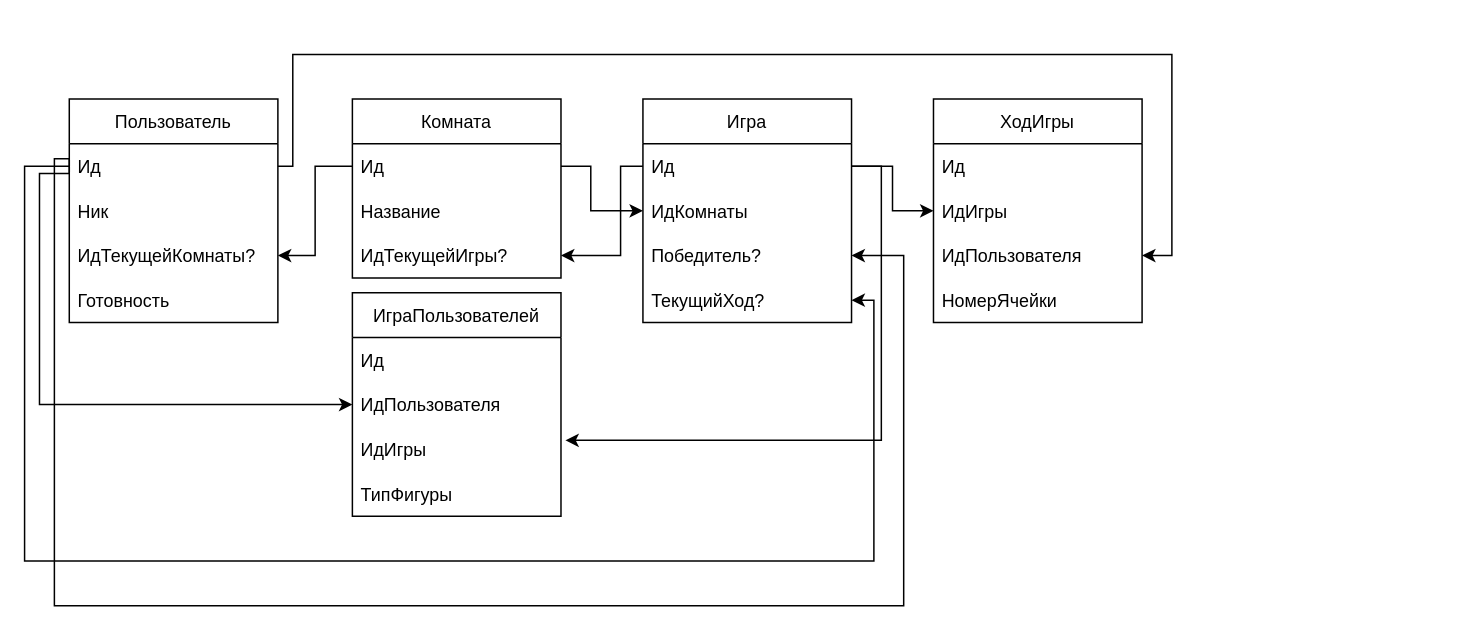
Before: XOgame.drawio in chuvakov/Xogame, a draw.io diagram. Source tidied: cells renumbered, new cells numbered last; positions are measured from the earlier drawing's top-left corner, leaving out a move shared by most shapes. Both pictures are drawn from the tidied source at 149%, with x=0, y=0 at pixel (24, 54).
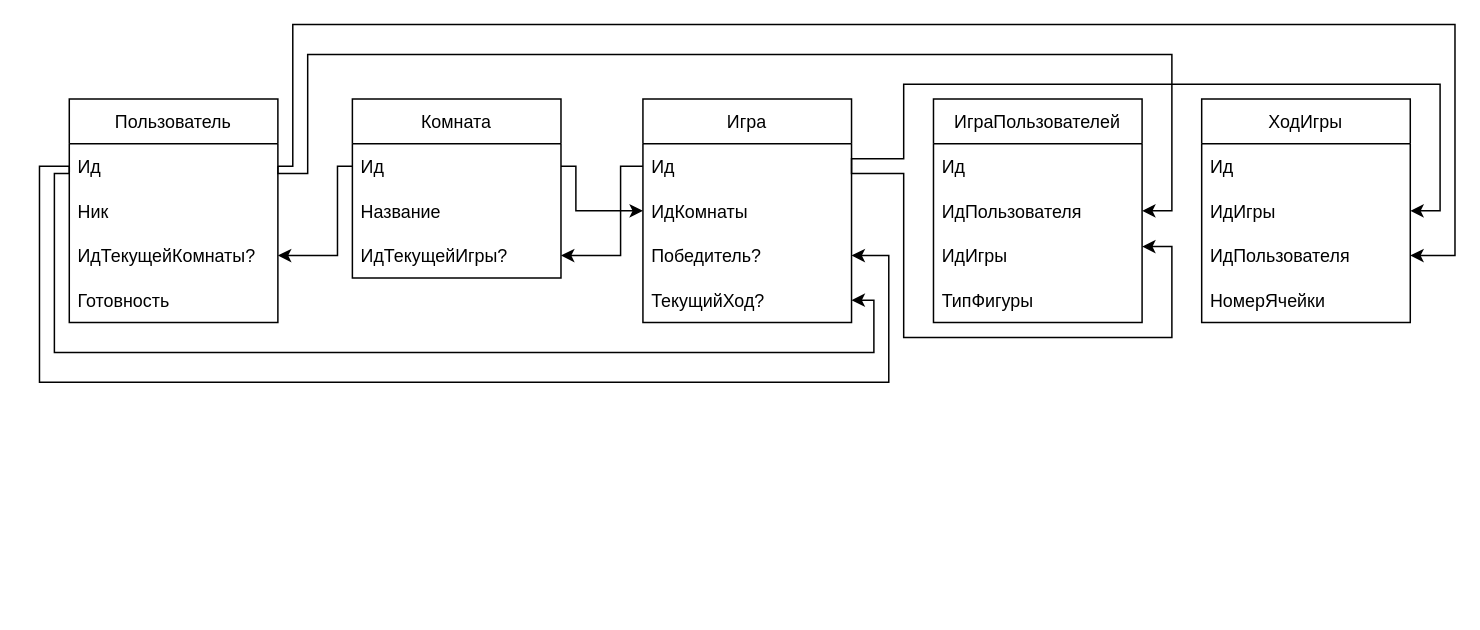
The same diagram, later.

Unchanged cells that the change refers to:
```xml
<mxCell id="3" value="Ид" style="text;strokeColor=none;fillColor=none;align=left;verticalAlign=middle;spacingLeft=4;spacingRight=4;overflow=hidden;points=[[0,0.5],[1,0.5]];portConstraint=eastwest;" parent="2" vertex="1">
  <mxGeometry y="30" width="140" height="30" as="geometry" />
</mxCell>
<mxCell id="5" value="ИдТекущейКомнаты?" style="text;strokeColor=none;fillColor=none;align=left;verticalAlign=middle;spacingLeft=4;spacingRight=4;overflow=hidden;points=[[0,0.5],[1,0.5]];portConstraint=eastwest;" parent="2" vertex="1">
  <mxGeometry y="90" width="140" height="30" as="geometry" />
</mxCell>
<mxCell id="8" value="Ид" style="text;strokeColor=none;fillColor=none;align=left;verticalAlign=middle;spacingLeft=4;spacingRight=4;overflow=hidden;points=[[0,0.5],[1,0.5]];portConstraint=eastwest;" parent="7" vertex="1">
  <mxGeometry y="30" width="140" height="30" as="geometry" />
</mxCell>
<mxCell id="12" value="Ид" style="text;strokeColor=none;fillColor=none;align=left;verticalAlign=middle;spacingLeft=4;spacingRight=4;overflow=hidden;points=[[0,0.5],[1,0.5]];portConstraint=eastwest;" parent="11" vertex="1">
  <mxGeometry y="30" width="140" height="30" as="geometry" />
</mxCell>
<mxCell id="13" value="ИдКомнаты" style="text;strokeColor=none;fillColor=none;align=left;verticalAlign=middle;spacingLeft=4;spacingRight=4;overflow=hidden;points=[[0,0.5],[1,0.5]];portConstraint=eastwest;" parent="11" vertex="1">
  <mxGeometry y="60" width="140" height="30" as="geometry" />
</mxCell>
<mxCell id="14" value="Победитель?" style="text;strokeColor=none;fillColor=none;align=left;verticalAlign=middle;spacingLeft=4;spacingRight=4;overflow=hidden;points=[[0,0.5],[1,0.5]];portConstraint=eastwest;" parent="11" vertex="1">
  <mxGeometry y="90" width="140" height="30" as="geometry" />
</mxCell>
<mxCell id="15" value="ТекущийХод?" style="text;strokeColor=none;fillColor=none;align=left;verticalAlign=middle;spacingLeft=4;spacingRight=4;overflow=hidden;points=[[0,0.5],[1,0.5]];portConstraint=eastwest;" parent="11" vertex="1">
  <mxGeometry y="120" width="140" height="30" as="geometry" />
</mxCell>
<mxCell id="20" value="ИдПользователя" style="text;strokeColor=none;fillColor=none;align=left;verticalAlign=middle;spacingLeft=4;spacingRight=4;overflow=hidden;points=[[0,0.5],[1,0.5]];portConstraint=eastwest;" parent="18" vertex="1">
  <mxGeometry y="60" width="140" height="30" as="geometry" />
</mxCell>
<mxCell id="21" value="ИдИгры" style="text;strokeColor=none;fillColor=none;align=left;verticalAlign=middle;spacingLeft=4;spacingRight=4;overflow=hidden;points=[[0,0.5],[1,0.5]];portConstraint=eastwest;" parent="18" vertex="1">
  <mxGeometry y="90" width="140" height="30" as="geometry" />
</mxCell>
<mxCell id="27" value="ИдИгры" style="text;strokeColor=none;fillColor=none;align=left;verticalAlign=middle;spacingLeft=4;spacingRight=4;overflow=hidden;points=[[0,0.5],[1,0.5]];portConstraint=eastwest;" parent="25" vertex="1">
  <mxGeometry y="60" width="140" height="30" as="geometry" />
</mxCell>
<mxCell id="28" value="ИдПользователя" style="text;strokeColor=none;fillColor=none;align=left;verticalAlign=middle;spacingLeft=4;spacingRight=4;overflow=hidden;points=[[0,0.5],[1,0.5]];portConstraint=eastwest;" parent="25" vertex="1">
  <mxGeometry y="90" width="140" height="30" as="geometry" />
</mxCell>
```

Change to the diagram source:
```diff
@@
     <mxCell id="16" style="edgeStyle=orthogonalEdgeStyle;rounded=0;jettySize=auto;html=1;exitX=0;exitY=0.5;exitDx=0;exitDy=0;entryX=1;entryY=0.5;entryDx=0;entryDy=0;" parent="1" edge="1" source="8" target="5">
-      <mxGeometry relative="1" as="geometry" />
+      <mxGeometry relative="1" as="geometry">
+        <Array as="points">
+          <mxPoint x="210" y="75" />
+          <mxPoint x="210" y="135" />
+        </Array>
+      </mxGeometry>
     </mxCell>
     <mxCell id="17" style="edgeStyle=orthogonalEdgeStyle;rounded=0;jettySize=auto;html=1;exitX=1;exitY=0.5;exitDx=0;exitDy=0;entryX=0;entryY=0.5;entryDx=0;entryDy=0;" parent="1" edge="1" source="8" target="13">
       <mxGeometry relative="1" as="geometry">
         <Array as="points">
-          <mxPoint x="380" y="75" />
-          <mxPoint x="380" y="105" />
+          <mxPoint x="370" y="75" />
+          <mxPoint x="370" y="105" />
         </Array>
       </mxGeometry>
     </mxCell>
     <mxCell id="18" value="ИграПользователей" style="swimlane;fontStyle=0;horizontal=1;startSize=30;" parent="1" vertex="1">
-      <mxGeometry x="220" y="160" width="140" height="150" as="geometry" />
+      <mxGeometry x="610" y="30" width="140" height="150" as="geometry" />
     </mxCell>
@@
-    <mxCell id="23" style="edgeStyle=orthogonalEdgeStyle;rounded=0;jettySize=auto;html=1;exitX=0;exitY=0.5;exitDx=0;exitDy=0;entryX=0;entryY=0.5;entryDx=0;entryDy=0;" parent="1" edge="1" source="3" target="20">
+    <mxCell id="23" style="edgeStyle=orthogonalEdgeStyle;rounded=0;jettySize=auto;html=1;exitX=1;exitY=0.5;exitDx=0;exitDy=0;entryX=1;entryY=0.5;entryDx=0;entryDy=0;" parent="1" edge="1" source="3" target="20">
       <mxGeometry relative="1" as="geometry">
         <Array as="points">
-          <mxPoint x="30" y="80" />
-          <mxPoint x="10" y="80" />
-          <mxPoint x="10" y="235" />
+          <mxPoint x="170" y="80" />
+          <mxPoint x="190" y="80" />
+          <mxPoint x="190" />
+          <mxPoint x="770" />
+          <mxPoint x="770" y="105" />
         </Array>
       </mxGeometry>
     </mxCell>
-    <mxCell id="24" style="edgeStyle=orthogonalEdgeStyle;rounded=0;jettySize=auto;html=1;exitX=1;exitY=0.5;exitDx=0;exitDy=0;entryX=1.021;entryY=0.3;entryDx=0;entryDy=0;entryPerimeter=0;" parent="1" edge="1" source="12" target="21">
-      <mxGeometry relative="1" as="geometry" />
+    <mxCell id="24" style="edgeStyle=orthogonalEdgeStyle;rounded=0;jettySize=auto;html=1;exitX=1;exitY=0.5;exitDx=0;exitDy=0;" parent="1" edge="1" source="12">
+      <mxGeometry relative="1" as="geometry">
+        <mxPoint x="750" y="129" as="targetPoint" />
+        <Array as="points">
+          <mxPoint x="555" y="80" />
+          <mxPoint x="590" y="80" />
+          <mxPoint x="590" y="190" />
+          <mxPoint x="770" y="190" />
+          <mxPoint x="770" y="129" />
+        </Array>
+      </mxGeometry>
     </mxCell>
     <mxCell id="25" value="ХодИгры" style="swimlane;fontStyle=0;horizontal=1;startSize=30;" parent="1" vertex="1">
-      <mxGeometry x="610" y="30" width="140" height="150" as="geometry" />
+      <mxGeometry x="790" y="30" width="140" height="150" as="geometry" />
     </mxCell>
@@
-    <mxCell id="30" style="edgeStyle=orthogonalEdgeStyle;rounded=0;jettySize=auto;html=1;exitX=1;exitY=0.5;exitDx=0;exitDy=0;entryX=0;entryY=0.5;entryDx=0;entryDy=0;" parent="1" edge="1" source="12" target="27">
-      <mxGeometry relative="1" as="geometry" />
+    <mxCell id="30" style="edgeStyle=orthogonalEdgeStyle;rounded=0;jettySize=auto;html=1;exitX=1;exitY=0.5;exitDx=0;exitDy=0;entryX=1;entryY=0.5;entryDx=0;entryDy=0;" parent="1" edge="1" source="12" target="27">
+      <mxGeometry relative="1" as="geometry">
+        <Array as="points">
+          <mxPoint x="555" y="70" />
+          <mxPoint x="590" y="70" />
+          <mxPoint x="590" y="20" />
+          <mxPoint x="950" y="20" />
+          <mxPoint x="950" y="105" />
+        </Array>
+      </mxGeometry>
     </mxCell>
     <mxCell id="31" style="edgeStyle=orthogonalEdgeStyle;rounded=0;jettySize=auto;html=1;exitX=1;exitY=0.5;exitDx=0;exitDy=0;entryX=1;entryY=0.5;entryDx=0;entryDy=0;" parent="1" edge="1" source="3" target="28">
       <mxGeometry relative="1" as="geometry">
         <Array as="points">
           <mxPoint x="180" y="75" />
-          <mxPoint x="180" />
-          <mxPoint x="770" />
-          <mxPoint x="770" y="135" />
+          <mxPoint x="180" y="-20" />
+          <mxPoint x="960" y="-20" />
+          <mxPoint x="960" y="135" />
         </Array>
       </mxGeometry>
     </mxCell>
     <mxCell id="32" style="edgeStyle=orthogonalEdgeStyle;rounded=0;jettySize=auto;html=1;exitX=0;exitY=0.5;exitDx=0;exitDy=0;entryX=1;entryY=0.5;entryDx=0;entryDy=0;" parent="1" edge="1" source="3" target="15">
       <mxGeometry relative="1" as="geometry">
         <Array as="points">
-          <mxPoint y="75" />
-          <mxPoint y="340" />
-          <mxPoint x="570" y="340" />
+          <mxPoint x="30" y="80" />
+          <mxPoint x="20" y="80" />
+          <mxPoint x="20" y="200" />
+          <mxPoint x="570" y="200" />
           <mxPoint x="570" y="165" />
         </Array>
       </mxGeometry>
     </mxCell>
     <mxCell id="33" style="edgeStyle=orthogonalEdgeStyle;rounded=0;jettySize=auto;html=1;exitX=0;exitY=0.5;exitDx=0;exitDy=0;entryX=1;entryY=0.5;entryDx=0;entryDy=0;" parent="1" edge="1" source="3" target="14">
       <mxGeometry relative="1" as="geometry">
         <Array as="points">
-          <mxPoint x="30" y="70" />
-          <mxPoint x="20" y="70" />
-          <mxPoint x="20" y="370" />
-          <mxPoint x="590" y="370" />
-          <mxPoint x="590" y="135" />
+          <mxPoint x="10" y="75" />
+          <mxPoint x="10" y="220" />
+          <mxPoint x="580" y="220" />
+          <mxPoint x="580" y="135" />
         </Array>
       </mxGeometry>
     </mxCell>
```
